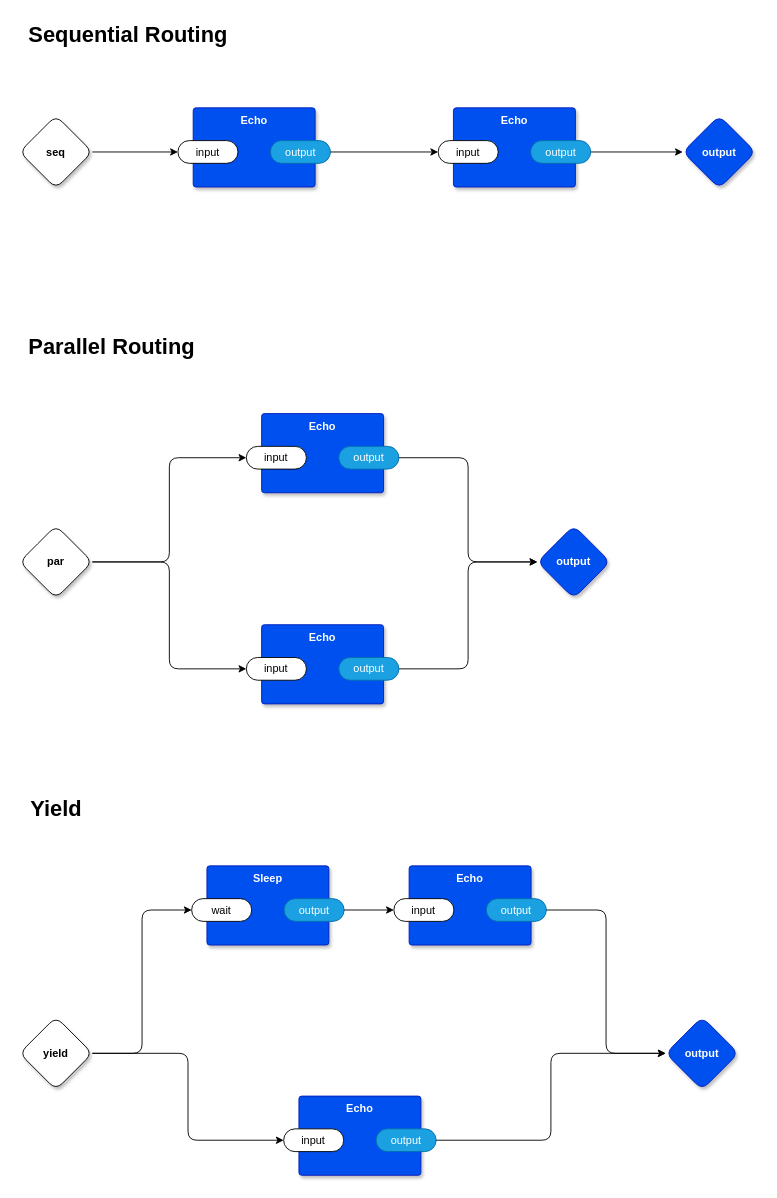
Above: example.drawio in guitarvydas/odin0d (draw.io), before the change. Source tidied: cells renumbered, new cells numbered last; positions are measured from the earlier drawing's top-left corner, leaving out a move shared by most shapes. Both pictures are drawn from the tidied source at 91%, with x=0, y=0 at pixel (19, 15).
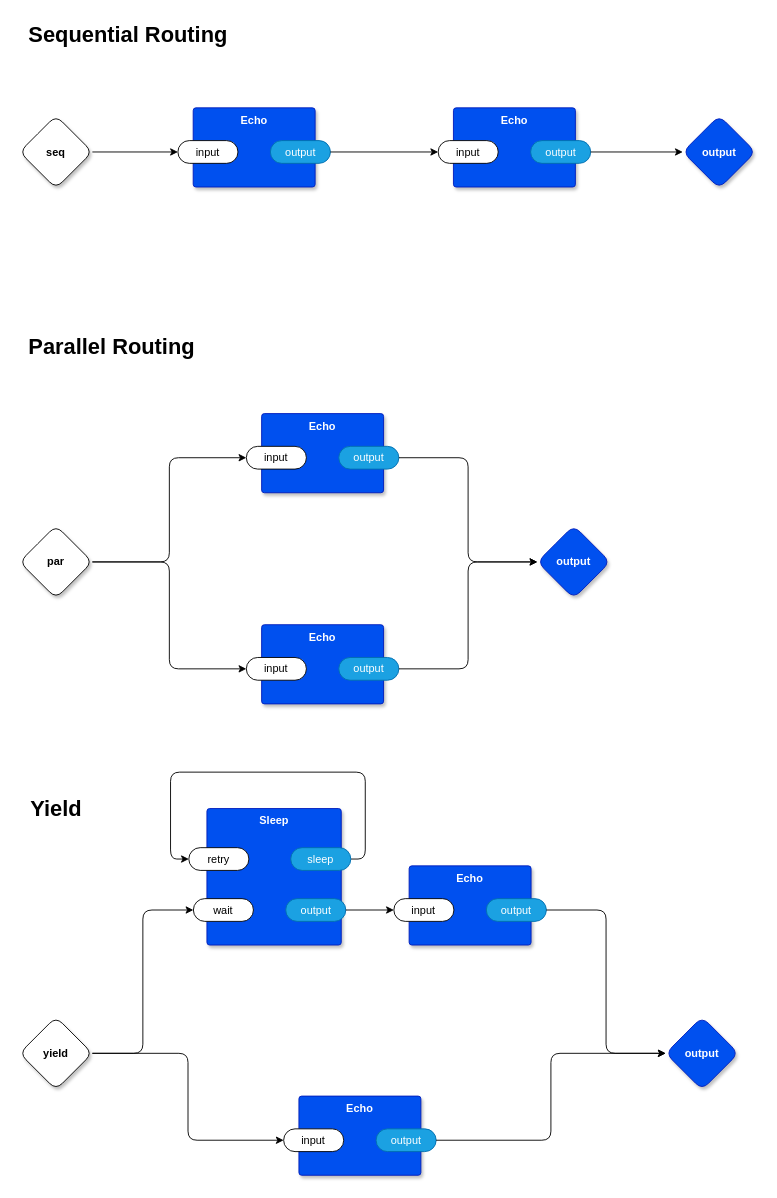
After the change.

Commit message (it also covers changes not shown here):
5 second sleep (still contains yield)

Change to the diagram source:
```diff
@@
     <mxCell id="31" value="Sleep" style="rounded=1;whiteSpace=wrap;html=1;sketch=0;verticalAlign=top;arcSize=6;fontStyle=1;absoluteArcSize=1;shadow=1;strokeColor=#001DBC;fillColor=#0050ef;fontColor=#ffffff;" parent="1" vertex="1">
-      <mxGeometry x="205.9" y="934" width="134" height="87" as="geometry" />
+      <mxGeometry x="205.9" y="871" width="147.6" height="150" as="geometry" />
     </mxCell>
     <mxCell id="32" value="wait" style="rounded=1;whiteSpace=wrap;html=1;sketch=0;points=[[0,0.5,0,0,0],[1,0.5,0,0,0]];arcSize=50;" parent="31" vertex="1">
-      <mxGeometry x="-16.8" y="36" width="66" height="25" as="geometry" />
+      <mxGeometry x="-14.9" y="99" width="66" height="25" as="geometry" />
     </mxCell>
     <mxCell id="33" value="output" style="rounded=1;whiteSpace=wrap;html=1;sketch=0;points=[[0,0.5,0,0,0],[1,0.5,0,0,0]];fillColor=#1ba1e2;fontColor=#ffffff;strokeColor=#006EAF;arcSize=50;" parent="31" vertex="1">
-      <mxGeometry x="84.8" y="36" width="66" height="25" as="geometry" />
+      <mxGeometry x="86.6" y="99" width="66" height="25" as="geometry" />
     </mxCell>
+    <mxCell id="44" value="retry" style="rounded=1;whiteSpace=wrap;html=1;sketch=0;points=[[0,0.5,0,0,0],[1,0.5,0,0,0]];arcSize=50;" parent="31" vertex="1">
+      <mxGeometry x="-19.9" y="43" width="66" height="25" as="geometry" />
+    </mxCell>
+    <mxCell id="45" style="edgeStyle=orthogonalEdgeStyle;rounded=1;jettySize=auto;html=1;entryX=0;entryY=0.5;entryDx=0;entryDy=0;entryPerimeter=0;" parent="31" edge="1" source="46" target="44">
+      <mxGeometry relative="1" as="geometry">
+        <Array as="points">
+          <mxPoint x="174" y="56" />
+          <mxPoint x="174" y="-40" />
+          <mxPoint x="-40" y="-40" />
+          <mxPoint x="-40" y="56" />
+        </Array>
+      </mxGeometry>
+    </mxCell>
+    <mxCell id="46" value="sleep" style="rounded=1;whiteSpace=wrap;html=1;sketch=0;points=[[0,0.5,0,0,0],[1,0.5,0,0,0]];fillColor=#1ba1e2;fontColor=#ffffff;strokeColor=#006EAF;arcSize=50;" parent="31" vertex="1">
+      <mxGeometry x="92.1" y="43" width="66" height="25" as="geometry" />
+    </mxCell>
```
